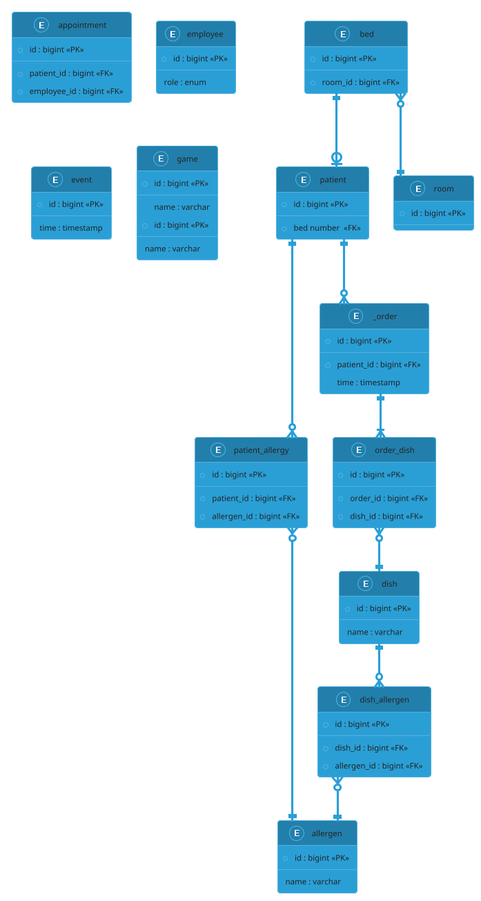
This is puml/EER.png from Oskar123456/SYSDAT-F25-TEAM-G, a PlantUML export, as it was before one commit.
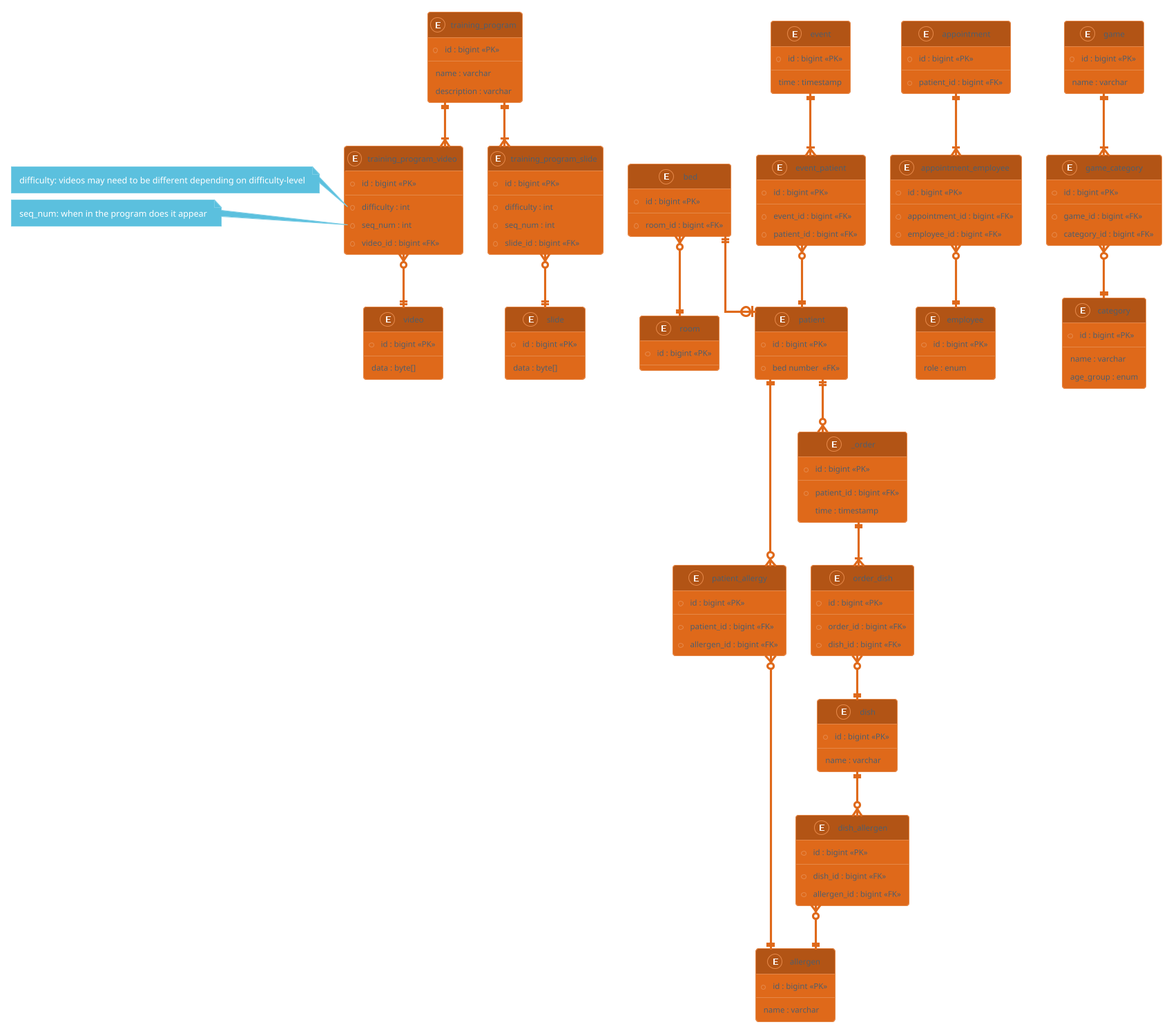
After the commit.

The edit, as a diff of the source:
```diff
@@ -1,5 +1,5 @@
 @startuml
-!theme cyborg
+!theme superhero
 skinparam linetype ortho
 
 entity patient {
@@ -19,6 +19,12 @@
     * id : bigint <<PK>>
     --
     * patient_id : bigint <<FK>>
+}
+
+entity appointment_employee {
+    * id : bigint <<PK>>
+    --
+    * appointment_id : bigint <<FK>>
     * employee_id : bigint <<FK>>
 }
 
@@ -82,10 +88,60 @@
     name : varchar
 }
 
-entity game {
+entity game_category {
+    * id : bigint <<PK>>
+    --
+    * game_id : bigint <<FK>>
+    * category_id : bigint <<FK>>
+}
+
+entity category {
     * id : bigint <<PK>>
     --
     name : varchar
+    age_group : enum
+}
+
+entity event_patient {
+    * id : bigint <<PK>>
+    --
+    * event_id : bigint <<FK>>
+    * patient_id : bigint <<FK>>
+}
+
+entity training_program {
+    * id : bigint <<PK>>
+    --
+    name : varchar
+    description : varchar
+}
+
+entity training_program_slide {
+    * id : bigint <<PK>>
+    --
+    * difficulty : int
+    * seq_num : int
+    * slide_id : bigint <<FK>>
+}
+
+entity training_program_video {
+    * id : bigint <<PK>>
+    --
+    * difficulty : int
+    * seq_num : int
+    * video_id : bigint <<FK>>
+}
+
+entity slide {
+    * id : bigint <<PK>>
+    --
+    data : byte[]
+}
+
+entity video {
+    * id : bigint <<PK>>
+    --
+    data : byte[]
 }
 
 
@@ -99,8 +155,30 @@
 dish ||--o{ dish_allergen
 dish_allergen }o--|| allergen
 
+appointment ||--|{ appointment_employee
+appointment_employee }o--|| employee
+
+game ||--|{ game_category
+game_category }o--|| category
+
+event ||--|{ event_patient
+event_patient }o--|| patient
+
 bed }o--|| room
 bed ||--o| patient
 
+training_program ||--|{ training_program_video
+training_program_video }o--|| video
+training_program ||--|{ training_program_slide
+training_program_slide }o--|| slide
+
+
+note left of training_program_video::difficulty
+    difficulty: videos may need to be different depending on difficulty-level
+end note
+
+note left of training_program_video::seq_num
+    seq_num: when in the program does it appear
+end note
 
 @enduml
```
